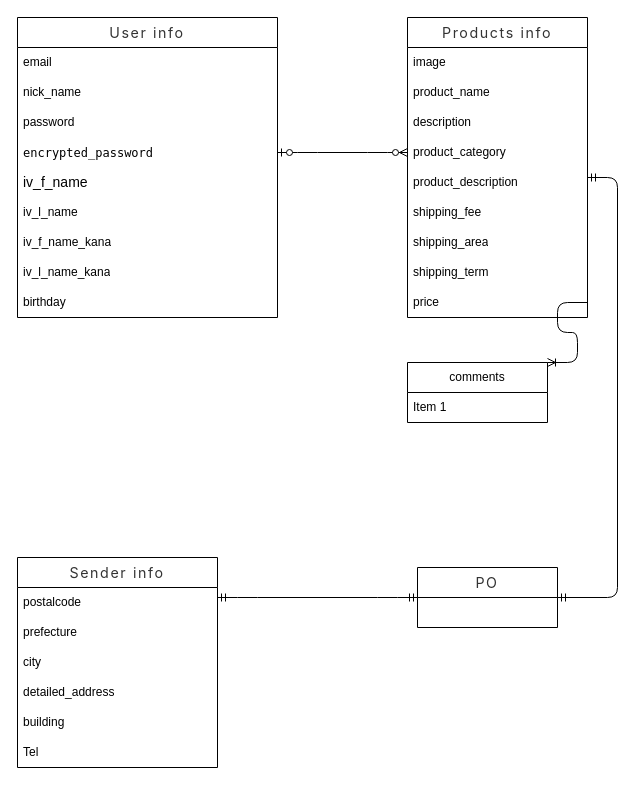
Benishimizu/furima-38830 keeps this draw.io diagram as page "Page-1" (1 of 3) of table.dio. Above is the earlier version. Source tidied: cells renumbered, new cells numbered last; positions are measured from the earlier drawing's top-left corner, leaving out a move shared by most shapes. Both pictures are drawn from the tidied source at 100%, with x=0, y=0 at pixel (17, 17).
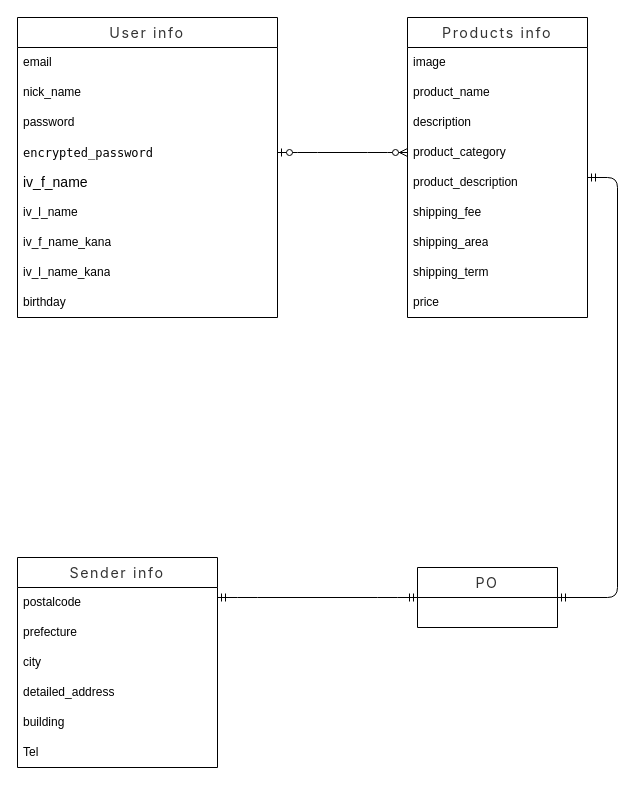
The same diagram, later.

The change refers to these unchanged cells:
```xml
<mxCell id="11" value="price" style="text;strokeColor=none;fillColor=none;align=left;verticalAlign=middle;spacingLeft=4;spacingRight=4;overflow=hidden;points=[[0,0.5],[1,0.5]];portConstraint=eastwest;whiteSpace=wrap;html=1;" parent="2" vertex="1">
  <mxGeometry y="270" width="180" height="30" as="geometry" />
</mxCell>
```

Change to the diagram source:
```diff
@@
-    <mxCell id="33" value="comments" style="swimlane;fontStyle=0;horizontal=1;startSize=30;whiteSpace=wrap;html=1;labelBackgroundColor=#FFFFFF;fontColor=#000000;" parent="1" vertex="1">
-      <mxGeometry x="390" y="345" width="140" height="60" as="geometry" />
-    </mxCell>
-    <mxCell id="34" value="Item 1" style="text;strokeColor=none;fillColor=none;align=left;verticalAlign=middle;spacingLeft=4;spacingRight=4;overflow=hidden;whiteSpace=wrap;html=1;labelBackgroundColor=#FFFFFF;fontColor=#000000;" parent="33" vertex="1">
-      <mxGeometry y="30" width="140" height="30" as="geometry" />
-    </mxCell>
-    <mxCell id="35" style="edgeStyle=entityRelationEdgeStyle;fontSize=12;html=1;endArrow=ERoneToMany;fontColor=#000000;entryX=1;entryY=0;entryDx=0;entryDy=0;exitX=1;exitY=0.5;exitDx=0;exitDy=0;" parent="1" edge="1" source="11" target="33">
-      <mxGeometry relative="1" as="geometry" />
-    </mxCell>
```
